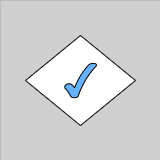
The draw.io diagram docs/assets/cd-model/legend-signoff.drawio.png in ready-to-release/eac, before a commit. Source tidied: cells renumbered, new cells last; positions are measured from the earlier drawing's top-left corner, leaving out a move shared by most shapes.
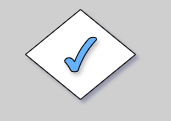
Above is the later version.

The edit, as a diff of the source:
```diff
@@ -1,17 +1,17 @@
-<mxGraphModel background="#CFCFCF">
+<mxGraphModel background="#CFCFCF" shadow="1">
   <root>
     <mxCell id="0" />
     <mxCell id="1" parent="0" />
-    <mxCell id="2" style="group;strokeColor=#616161;dashed=1;dashPattern=12 12;strokeWidth=0;" parent="1" vertex="1">
-      <mxGeometry width="160" height="160" as="geometry" />
-    </mxCell>
+    <mxCell id="6" style="rounded=0;strokeColor=none;fillColor=none;" parent="1" vertex="1">
+      <mxGeometry y="25" width="160" height="110" as="geometry" />
+    </mxCell>
-    <mxCell id="3" style="group;" parent="1" vertex="1">
+    <mxCell id="3" style="group;shadow=1;" parent="1" vertex="1">
       <mxGeometry x="25" y="35" width="110" height="90" as="geometry" />
     </mxCell>
     <mxCell id="4" style="rhombus;whiteSpace=wrap;html=1;shadow=0;fontFamily=Courier New;fontSize=14;align=center;strokeWidth=1;spacing=6;spacingTop=-4;strokeColor=#050505;fontStyle=1;" parent="3" vertex="1">
       <mxGeometry width="110" height="90" as="geometry" />
     </mxCell>
-    <mxCell id="5" style="verticalLabelPosition=bottom;verticalAlign=top;html=1;shape=mxgraph.basic.tick;fillColor=#66B2FF;" parent="3" vertex="1">
+    <mxCell id="5" style="verticalLabelPosition=bottom;verticalAlign=top;html=1;shape=mxgraph.basic.tick;fillColor=#66B2FF;shadow=1;" parent="3" vertex="1">
       <mxGeometry x="39" y="27.5" width="32" height="35" as="geometry" />
     </mxCell>
   </root>
```
